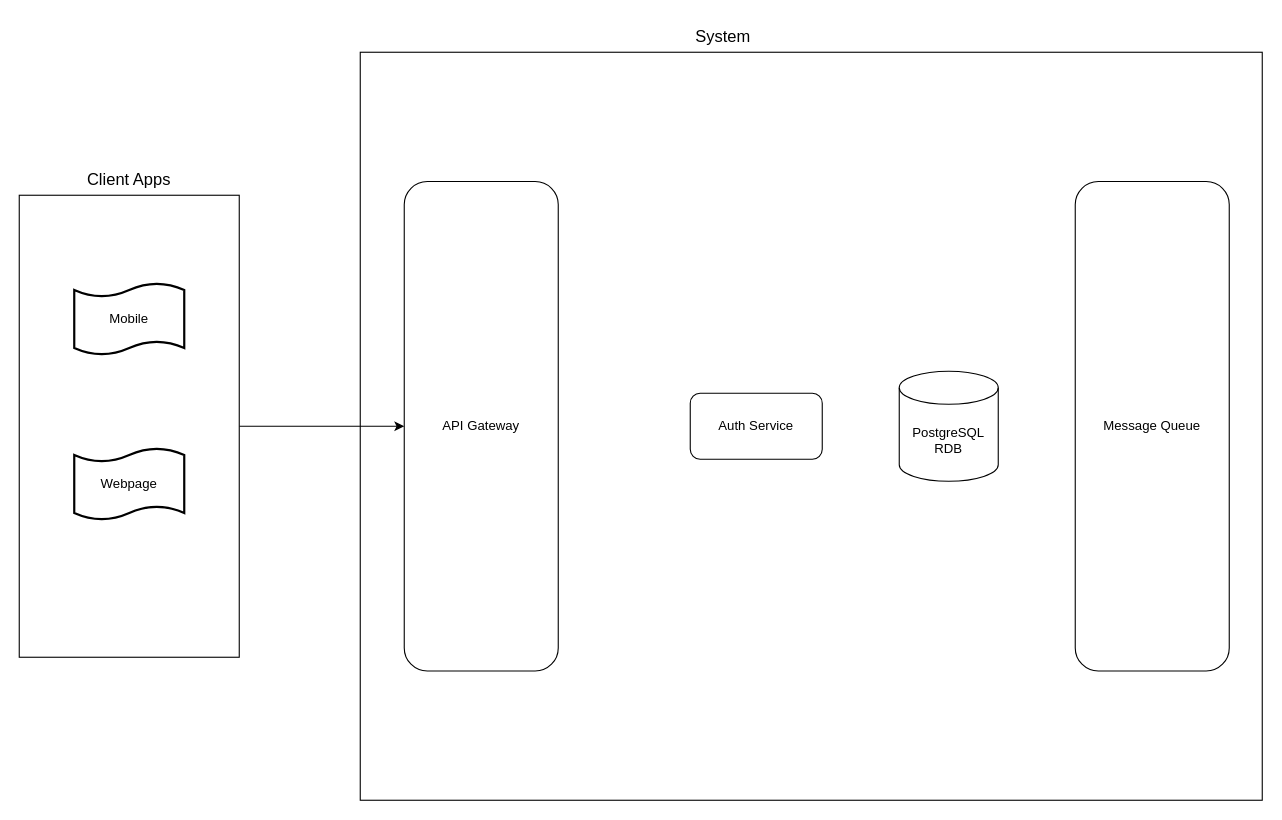
The draw.io diagram docs/diagrams/task_manager_app_microservices_architecture_diagram.drawio in trentonwhite91/TASK-MANAGER-APP-PARENT, before the edit. Source tidied: cells renumbered, new cells numbered last; positions are measured from the earlier drawing's top-left corner, leaving out a move shared by most shapes. Both pictures are drawn from the tidied source at 110%, with x=0, y=0 at pixel (19, 19).
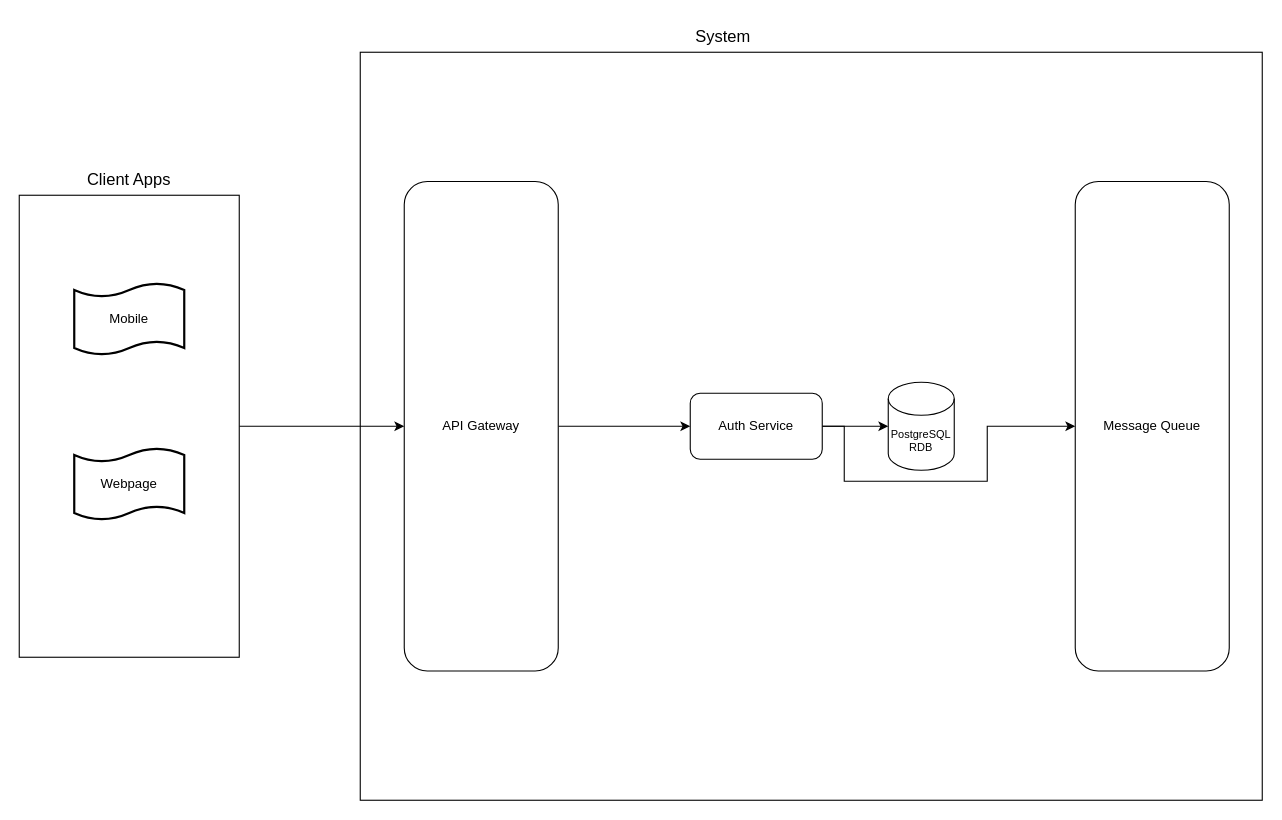
The same page after the edit.

Commit message:
microservices architecture diagram updates

What changed in the source:
```diff
@@
 <mxGraphModel>
   <root>
     <mxCell id="0" />
     <mxCell id="1" parent="0" />
     <mxCell id="2" style="rounded=0;whiteSpace=wrap;html=1;fillColor=default;" parent="1" vertex="1">
       <mxGeometry x="310" y="30" width="820" height="680" as="geometry" />
     </mxCell>
     <mxCell id="3" style="edgeStyle=orthogonalEdgeStyle;rounded=0;jettySize=auto;html=1;exitX=1;exitY=0.5;exitDx=0;exitDy=0;entryX=0;entryY=0.5;entryDx=0;entryDy=0;" parent="1" edge="1" source="4" target="9">
       <mxGeometry relative="1" as="geometry" />
     </mxCell>
     <mxCell id="4" style="rounded=0;whiteSpace=wrap;html=1;fillColor=default;" parent="1" vertex="1">
       <mxGeometry y="160" width="200" height="420" as="geometry" />
     </mxCell>
     <mxCell id="5" value="Client Apps" style="text;html=1;align=center;verticalAlign=middle;whiteSpace=wrap;rounded=0;fontSize=15;" parent="1" vertex="1">
       <mxGeometry x="50" y="130" width="100" height="30" as="geometry" />
     </mxCell>
     <mxCell id="6" value="Mobile" style="shape=tape;whiteSpace=wrap;html=1;strokeWidth=2;size=0.19;" parent="1" vertex="1">
       <mxGeometry x="50" y="240" width="100" height="65" as="geometry" />
     </mxCell>
     <mxCell id="7" value="Webpage" style="shape=tape;whiteSpace=wrap;html=1;strokeWidth=2;size=0.19;" parent="1" vertex="1">
       <mxGeometry x="50" y="390" width="100" height="65" as="geometry" />
     </mxCell>
     <mxCell id="8" value="System" style="text;html=1;align=center;verticalAlign=middle;whiteSpace=wrap;rounded=0;fontSize=15;" parent="1" vertex="1">
       <mxGeometry x="610" width="60" height="30" as="geometry" />
     </mxCell>
+    <mxCell id="13" style="edgeStyle=orthogonalEdgeStyle;rounded=0;jettySize=auto;html=1;exitX=1;exitY=0.5;exitDx=0;exitDy=0;entryX=0;entryY=0.5;entryDx=0;entryDy=0;" parent="1" edge="1" source="9" target="10">
+      <mxGeometry relative="1" as="geometry" />
+    </mxCell>
     <mxCell id="9" value="API Gateway" style="rounded=1;whiteSpace=wrap;html=1;fillColor=default;" parent="1" vertex="1">
       <mxGeometry x="350" y="147.5" width="140" height="445" as="geometry" />
     </mxCell>
+    <mxCell id="14" style="edgeStyle=orthogonalEdgeStyle;rounded=0;jettySize=auto;html=1;exitX=1;exitY=0.5;exitDx=0;exitDy=0;entryX=0;entryY=0.5;entryDx=0;entryDy=0;" parent="1" edge="1" source="10" target="12">
+      <mxGeometry relative="1" as="geometry">
+        <Array as="points">
+          <mxPoint x="750" y="370" />
+          <mxPoint x="750" y="420" />
+          <mxPoint x="880" y="420" />
+          <mxPoint x="880" y="370" />
+        </Array>
+      </mxGeometry>
+    </mxCell>
     <mxCell id="10" value="Auth Service" style="rounded=1;whiteSpace=wrap;html=1;fillColor=default;" parent="1" vertex="1">
       <mxGeometry x="610" y="340" width="120" height="60" as="geometry" />
     </mxCell>
-    <mxCell id="11" value="PostgreSQL RDB" style="shape=cylinder3;whiteSpace=wrap;html=1;boundedLbl=1;backgroundOutline=1;size=15;" parent="1" vertex="1">
-      <mxGeometry x="800" y="320" width="90" height="100" as="geometry" />
+    <mxCell id="11" value="PostgreSQL RDB" style="shape=cylinder3;whiteSpace=wrap;html=1;boundedLbl=1;backgroundOutline=1;size=15;fontSize=10;" parent="1" vertex="1">
+      <mxGeometry x="790" y="330" width="60" height="80" as="geometry" />
     </mxCell>
     <mxCell id="12" value="Message Queue" style="rounded=1;whiteSpace=wrap;html=1;fillColor=default;" parent="1" vertex="1">
       <mxGeometry x="960" y="147.5" width="140" height="445" as="geometry" />
     </mxCell>
+    <mxCell id="15" style="edgeStyle=orthogonalEdgeStyle;rounded=0;jettySize=auto;html=1;exitX=1;exitY=0.5;exitDx=0;exitDy=0;entryX=0;entryY=0.5;entryDx=0;entryDy=0;entryPerimeter=0;" parent="1" edge="1" source="10" target="11">
+      <mxGeometry relative="1" as="geometry" />
+    </mxCell>
   </root>
 </mxGraphModel>
```
